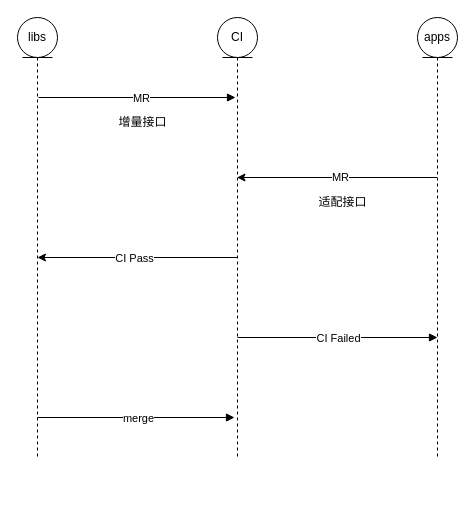
Above: MR_WORKFLOW RIGHT.drawio in KaiGuoV5/drawio (draw.io), before the change. Source tidied: cells renumbered, new cells numbered last; positions are measured from the earlier drawing's top-left corner, leaving out a move shared by most shapes. Both pictures are drawn from the tidied source at 100%, with x=0, y=0 at pixel (17, 17).
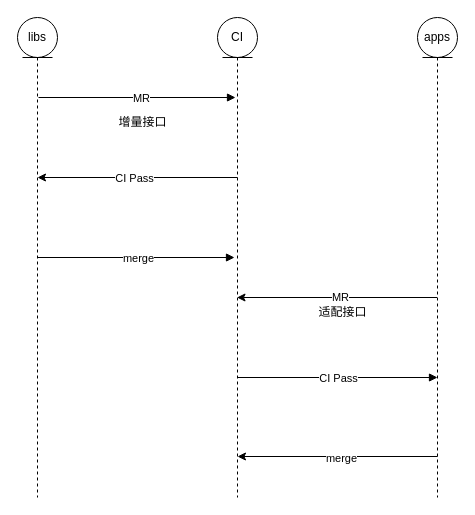
The same page after the edit.

What changed in the source:
```diff
@@
     <mxCell id="5" value="libs" style="shape=umlLifeline;perimeter=lifelinePerimeter;whiteSpace=wrap;html=1;newEdgeStyle={&quot;curved&quot;:0,&quot;rounded&quot;:0};participant=umlEntity;" parent="1" vertex="1">
-      <mxGeometry width="40" height="440" as="geometry" />
+      <mxGeometry width="40" height="480" as="geometry" />
     </mxCell>
     <mxCell id="6" value="CI" style="shape=umlLifeline;perimeter=lifelinePerimeter;whiteSpace=wrap;html=1;newEdgeStyle={&quot;curved&quot;:0,&quot;rounded&quot;:0};participant=umlEntity;" parent="1" vertex="1">
-      <mxGeometry x="200" width="40" height="440" as="geometry" />
+      <mxGeometry x="200" width="40" height="480" as="geometry" />
     </mxCell>
     <mxCell id="7" value="apps" style="shape=umlLifeline;perimeter=lifelinePerimeter;whiteSpace=wrap;html=1;newEdgeStyle={&quot;curved&quot;:0,&quot;rounded&quot;:0};participant=umlEntity;" parent="1" vertex="1">
-      <mxGeometry x="400" width="40" height="440" as="geometry" />
+      <mxGeometry x="400" width="40" height="480" as="geometry" />
     </mxCell>
     <mxCell id="8" style="endArrow=classic;html=1;rounded=0;" parent="1" edge="1">
       <mxGeometry relative="1" as="geometry">
-        <mxPoint x="419.5" y="160" as="sourcePoint" />
-        <mxPoint x="219.5" y="160" as="targetPoint" />
+        <mxPoint x="419.5" y="280" as="sourcePoint" />
+        <mxPoint x="219.5" y="280" as="targetPoint" />
       </mxGeometry>
     </mxCell>
@@
     <mxCell id="10" value="适配接口" style="text;html=1;align=center;verticalAlign=middle;strokeColor=none;fillColor=none;" parent="1" vertex="1">
-      <mxGeometry x="290" y="170" width="70" height="30" as="geometry" />
+      <mxGeometry x="290" y="280" width="70" height="30" as="geometry" />
     </mxCell>
     <mxCell id="11" style="endArrow=classic;html=1;rounded=0;" parent="1" edge="1">
       <mxGeometry relative="1" as="geometry">
-        <mxPoint x="220" y="240" as="sourcePoint" />
-        <mxPoint x="20" y="240" as="targetPoint" />
+        <mxPoint x="220" y="160" as="sourcePoint" />
+        <mxPoint x="20" y="160" as="targetPoint" />
       </mxGeometry>
     </mxCell>
@@
     <mxCell id="13" style="endArrow=block;endFill=1;html=1;edgeStyle=orthogonalEdgeStyle;align=left;verticalAlign=top;rounded=0;exitX=0.525;exitY=0.148;exitDx=0;exitDy=0;exitPerimeter=0;" parent="1" edge="1">
       <mxGeometry x="-1" relative="1" as="geometry">
-        <mxPoint x="220" y="320" as="sourcePoint" />
-        <mxPoint x="420" y="320" as="targetPoint" />
+        <mxPoint x="220" y="360" as="sourcePoint" />
+        <mxPoint x="420" y="360" as="targetPoint" />
       </mxGeometry>
     </mxCell>
-    <mxCell id="14" value="CI Failed" style="edgeLabel;html=1;align=center;verticalAlign=middle;" parent="13" vertex="1">
+    <mxCell id="14" value="CI Pass" style="edgeLabel;html=1;align=center;verticalAlign=middle;" parent="13" vertex="1">
       <mxGeometry x="-0.02" relative="1" as="geometry">
         <mxPoint x="2" as="offset" />
       </mxGeometry>
     </mxCell>
     <mxCell id="15" style="endArrow=block;endFill=1;html=1;edgeStyle=orthogonalEdgeStyle;align=left;verticalAlign=top;rounded=0;exitX=0.525;exitY=0.148;exitDx=0;exitDy=0;exitPerimeter=0;entryX=0.45;entryY=0.148;entryDx=0;entryDy=0;entryPerimeter=0;" parent="1" edge="1">
       <mxGeometry x="-1" relative="1" as="geometry">
-        <mxPoint x="20" y="400" as="sourcePoint" />
-        <mxPoint x="217" y="400" as="targetPoint" />
+        <mxPoint x="20" y="240" as="sourcePoint" />
+        <mxPoint x="217" y="240" as="targetPoint" />
       </mxGeometry>
     </mxCell>
@@
+    <mxCell id="17" style="endArrow=classic;html=1;rounded=0;" parent="1" edge="1">
+      <mxGeometry relative="1" as="geometry">
+        <mxPoint x="420" y="439" as="sourcePoint" />
+        <mxPoint x="220" y="439" as="targetPoint" />
+      </mxGeometry>
+    </mxCell>
+    <mxCell id="18" value="merge" style="edgeLabel;html=1;align=center;verticalAlign=middle;" parent="17" vertex="1">
+      <mxGeometry x="-0.07" y="-1" relative="1" as="geometry">
+        <mxPoint x="-4" y="2" as="offset" />
+      </mxGeometry>
+    </mxCell>
```
